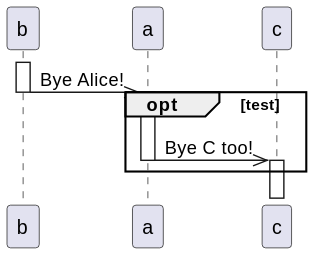
This is testteozmultideactivate.svg from jimnelson372/plantuml_fork, a PlantUML export, as it was before one commit.
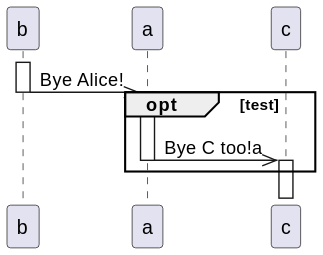
The same diagram one commit later.

What changed in the source:
```diff
@@ -7,7 +7,7 @@
 
  b ->> a --++: Bye Alice!
   & opt test
- a ->> c -- : Bye C too!
+ a ->> c -- : Bye C too!a
  activate c
  end
 
```
